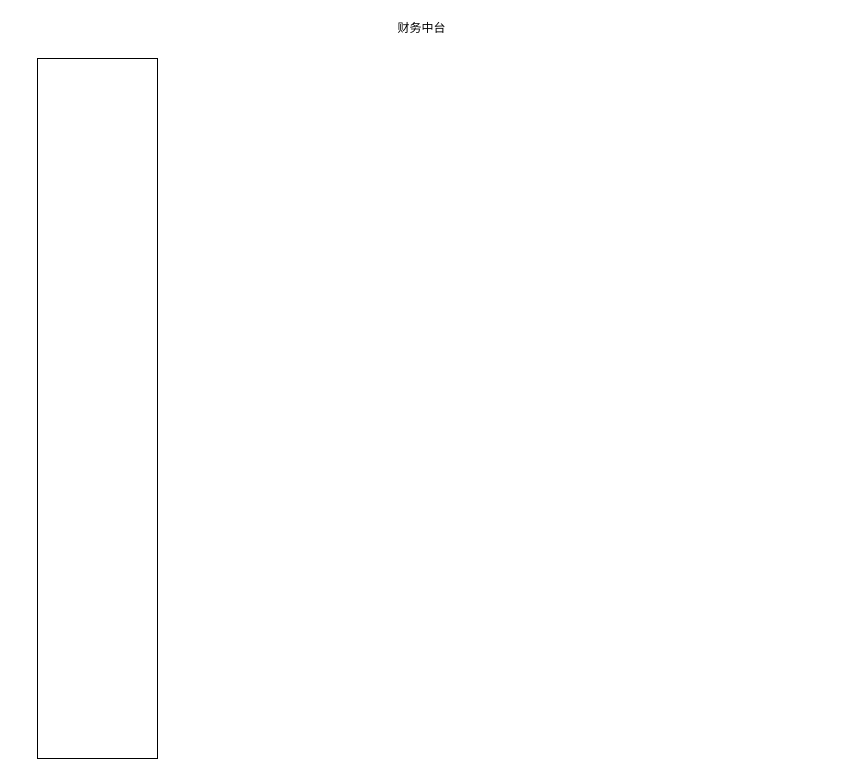
ythawed/diagrams keeps this draw.io diagram as 财务中台架构图.drawio. Above is the earlier version. Source tidied: cells renumbered, new cells numbered last; positions are measured from the earlier drawing's top-left corner, leaving out a move shared by most shapes. Both pictures are drawn from the tidied source at 100%, with x=0, y=0 at pixel (37, 18).
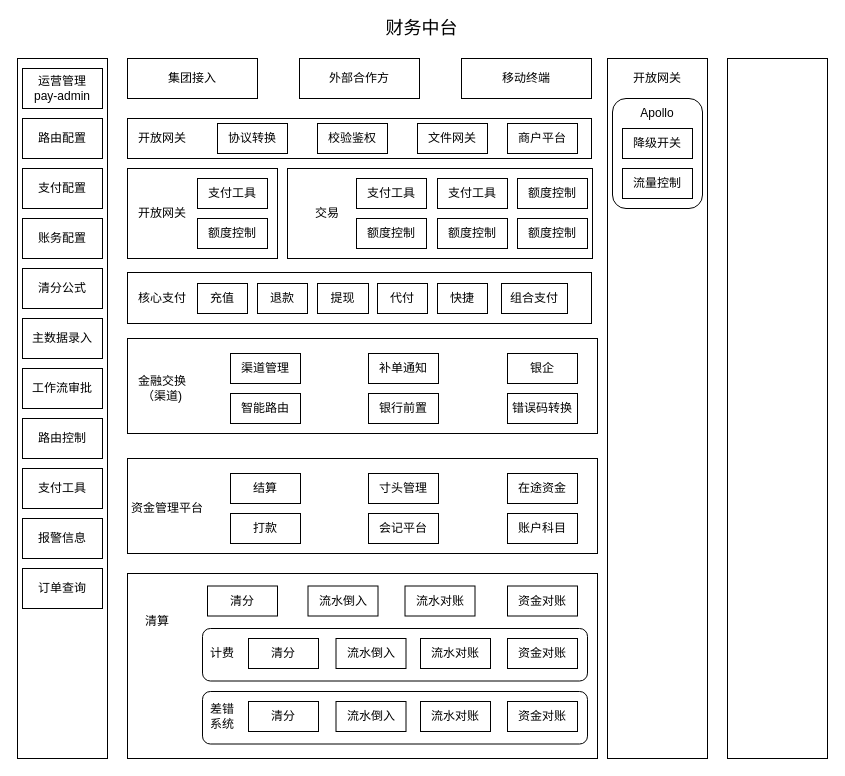
The same diagram, later.

Commit message:
Update 财务中台架构图.drawio

The edit, as a diff of the source:
```diff
@@
-    <mxCell id="2" value="&lt;font style=&quot;font-size: 12px&quot;&gt;财务中台&lt;/font&gt;" style="text;html=1;align=center;verticalAlign=middle;" parent="1" vertex="1">
-      <mxGeometry x="354" width="60" height="20" as="geometry" />
+    <mxCell id="2" value="&lt;font style=&quot;font-size: 18px&quot;&gt;财务中台&lt;/font&gt;" style="text;html=1;align=center;verticalAlign=middle;" parent="1" vertex="1">
+      <mxGeometry x="339" width="90" height="20" as="geometry" />
     </mxCell>
     <mxCell id="3" style="rounded=0;whiteSpace=wrap;html=1;" parent="1" vertex="1">
-      <mxGeometry y="40" width="120" height="700" as="geometry" />
+      <mxGeometry x="-20" y="40" width="90" height="700" as="geometry" />
     </mxCell>
+    <mxCell id="4" value="&lt;font style=&quot;font-size: 12px&quot;&gt;集团接入&lt;/font&gt;" style="rounded=0;whiteSpace=wrap;html=1;" parent="1" vertex="1">
+      <mxGeometry x="90" y="40" width="130" height="40" as="geometry" />
+    </mxCell>
+    <mxCell id="5" value="&lt;font style=&quot;font-size: 12px&quot;&gt;外部合作方&lt;/font&gt;" style="rounded=0;whiteSpace=wrap;html=1;" parent="1" vertex="1">
+      <mxGeometry x="262" y="40" width="120" height="40" as="geometry" />
+    </mxCell>
+    <mxCell id="6" value="&lt;font style=&quot;font-size: 12px&quot;&gt;移动终端&lt;/font&gt;" style="rounded=0;whiteSpace=wrap;html=1;" parent="1" vertex="1">
+      <mxGeometry x="424" y="40" width="130" height="40" as="geometry" />
+    </mxCell>
+    <mxCell id="7" value="&lt;font style=&quot;font-size: 12px&quot;&gt;运营管理&lt;br&gt;pay-admin&lt;br&gt;&lt;/font&gt;" style="rounded=0;whiteSpace=wrap;html=1;" parent="1" vertex="1">
+      <mxGeometry x="-15" y="50" width="80" height="40" as="geometry" />
+    </mxCell>
+    <mxCell id="8" value="路由配置" style="rounded=0;whiteSpace=wrap;html=1;" parent="1" vertex="1">
+      <mxGeometry x="-15" y="100" width="80" height="40" as="geometry" />
+    </mxCell>
+    <mxCell id="9" value="支付配置" style="rounded=0;whiteSpace=wrap;html=1;" parent="1" vertex="1">
+      <mxGeometry x="-15" y="150" width="80" height="40" as="geometry" />
+    </mxCell>
+    <mxCell id="10" value="账务配置" style="rounded=0;whiteSpace=wrap;html=1;" parent="1" vertex="1">
+      <mxGeometry x="-15" y="200" width="80" height="40" as="geometry" />
+    </mxCell>
+    <mxCell id="11" value="清分公式" style="rounded=0;whiteSpace=wrap;html=1;" parent="1" vertex="1">
+      <mxGeometry x="-15" y="250" width="80" height="40" as="geometry" />
+    </mxCell>
+    <mxCell id="12" value="主数据录入" style="rounded=0;whiteSpace=wrap;html=1;" parent="1" vertex="1">
+      <mxGeometry x="-15" y="300" width="80" height="40" as="geometry" />
+    </mxCell>
+    <mxCell id="13" value="工作流审批" style="rounded=0;whiteSpace=wrap;html=1;" parent="1" vertex="1">
+      <mxGeometry x="-15" y="350" width="80" height="40" as="geometry" />
+    </mxCell>
+    <mxCell id="14" value="路由控制" style="rounded=0;whiteSpace=wrap;html=1;" parent="1" vertex="1">
+      <mxGeometry x="-15" y="400" width="80" height="40" as="geometry" />
+    </mxCell>
+    <mxCell id="15" value="支付工具" style="rounded=0;whiteSpace=wrap;html=1;" parent="1" vertex="1">
+      <mxGeometry x="-15" y="450" width="80" height="40" as="geometry" />
+    </mxCell>
+    <mxCell id="16" value="报警信息" style="rounded=0;whiteSpace=wrap;html=1;" parent="1" vertex="1">
+      <mxGeometry x="-15" y="500" width="80" height="40" as="geometry" />
+    </mxCell>
+    <mxCell id="17" value="订单查询" style="rounded=0;whiteSpace=wrap;html=1;" parent="1" vertex="1">
+      <mxGeometry x="-15" y="550" width="80" height="40" as="geometry" />
+    </mxCell>
+    <mxCell id="18" style="rounded=0;whiteSpace=wrap;html=1;" parent="1" vertex="1">
+      <mxGeometry x="570" y="40" width="100" height="700" as="geometry" />
+    </mxCell>
+    <mxCell id="19" style="rounded=0;whiteSpace=wrap;html=1;" parent="1" vertex="1">
+      <mxGeometry x="690" y="40" width="100" height="700" as="geometry" />
+    </mxCell>
+    <mxCell id="20" style="rounded=0;whiteSpace=wrap;html=1;" parent="1" vertex="1">
+      <mxGeometry x="90" y="100" width="464" height="40" as="geometry" />
+    </mxCell>
+    <mxCell id="21" value="&lt;font style=&quot;font-size: 12px&quot;&gt;开放网关&lt;/font&gt;" style="rounded=0;whiteSpace=wrap;html=1;fillColor=none;strokeColor=none;" parent="1" vertex="1">
+      <mxGeometry x="90" y="100" width="70" height="40" as="geometry" />
+    </mxCell>
+    <mxCell id="22" value="&lt;font style=&quot;font-size: 12px&quot;&gt;协议转换&lt;/font&gt;" style="rounded=0;whiteSpace=wrap;html=1;" parent="1" vertex="1">
+      <mxGeometry x="180" y="105" width="70" height="30" as="geometry" />
+    </mxCell>
+    <mxCell id="23" value="&lt;font style=&quot;font-size: 12px&quot;&gt;校验鉴权&lt;/font&gt;" style="rounded=0;whiteSpace=wrap;html=1;" parent="1" vertex="1">
+      <mxGeometry x="280" y="105" width="70" height="30" as="geometry" />
+    </mxCell>
+    <mxCell id="24" value="&lt;font style=&quot;font-size: 12px&quot;&gt;文件网关&lt;/font&gt;" style="rounded=0;whiteSpace=wrap;html=1;" parent="1" vertex="1">
+      <mxGeometry x="380" y="105" width="70" height="30" as="geometry" />
+    </mxCell>
+    <mxCell id="25" value="商户平台" style="rounded=0;whiteSpace=wrap;html=1;" parent="1" vertex="1">
+      <mxGeometry x="470" y="105" width="70" height="30" as="geometry" />
+    </mxCell>
+    <mxCell id="26" style="rounded=0;whiteSpace=wrap;html=1;" parent="1" vertex="1">
+      <mxGeometry x="90" y="150" width="150" height="90" as="geometry" />
+    </mxCell>
+    <mxCell id="27" style="rounded=0;whiteSpace=wrap;html=1;" parent="1" vertex="1">
+      <mxGeometry x="250" y="150" width="305" height="90" as="geometry" />
+    </mxCell>
+    <mxCell id="28" value="&lt;font style=&quot;font-size: 12px&quot;&gt;开放网关&lt;/font&gt;" style="rounded=0;whiteSpace=wrap;html=1;fillColor=none;strokeColor=none;" parent="1" vertex="1">
+      <mxGeometry x="90" y="175" width="70" height="40" as="geometry" />
+    </mxCell>
+    <mxCell id="29" value="&lt;font style=&quot;font-size: 12px&quot;&gt;交易&lt;/font&gt;" style="rounded=0;whiteSpace=wrap;html=1;fillColor=none;strokeColor=none;" parent="1" vertex="1">
+      <mxGeometry x="255" y="175" width="70" height="40" as="geometry" />
+    </mxCell>
+    <mxCell id="30" value="&lt;font style=&quot;font-size: 12px&quot;&gt;支付工具&lt;/font&gt;" style="rounded=0;whiteSpace=wrap;html=1;" parent="1" vertex="1">
+      <mxGeometry x="160" y="160" width="70" height="30" as="geometry" />
+    </mxCell>
+    <mxCell id="31" value="&lt;font style=&quot;font-size: 12px&quot;&gt;额度控制&lt;/font&gt;" style="rounded=0;whiteSpace=wrap;html=1;" parent="1" vertex="1">
+      <mxGeometry x="160" y="200" width="70" height="30" as="geometry" />
+    </mxCell>
+    <mxCell id="32" value="&lt;font style=&quot;font-size: 12px&quot;&gt;支付工具&lt;/font&gt;" style="rounded=0;whiteSpace=wrap;html=1;" parent="1" vertex="1">
+      <mxGeometry x="319" y="160" width="70" height="30" as="geometry" />
+    </mxCell>
+    <mxCell id="33" value="&lt;font style=&quot;font-size: 12px&quot;&gt;额度控制&lt;/font&gt;" style="rounded=0;whiteSpace=wrap;html=1;" parent="1" vertex="1">
+      <mxGeometry x="319" y="200" width="70" height="30" as="geometry" />
+    </mxCell>
+    <mxCell id="34" value="&lt;font style=&quot;font-size: 12px&quot;&gt;支付工具&lt;/font&gt;" style="rounded=0;whiteSpace=wrap;html=1;" parent="1" vertex="1">
+      <mxGeometry x="400" y="160" width="70" height="30" as="geometry" />
+    </mxCell>
+    <mxCell id="35" value="&lt;font style=&quot;font-size: 12px&quot;&gt;额度控制&lt;/font&gt;" style="rounded=0;whiteSpace=wrap;html=1;" parent="1" vertex="1">
+      <mxGeometry x="400" y="200" width="70" height="30" as="geometry" />
+    </mxCell>
+    <mxCell id="36" value="&lt;font style=&quot;font-size: 12px&quot;&gt;额度控制&lt;/font&gt;" style="rounded=0;whiteSpace=wrap;html=1;" parent="1" vertex="1">
+      <mxGeometry x="480" y="160" width="70" height="30" as="geometry" />
+    </mxCell>
+    <mxCell id="37" value="&lt;font style=&quot;font-size: 12px&quot;&gt;额度控制&lt;/font&gt;" style="rounded=0;whiteSpace=wrap;html=1;" parent="1" vertex="1">
+      <mxGeometry x="480" y="200" width="70" height="30" as="geometry" />
+    </mxCell>
+    <mxCell id="38" style="rounded=0;whiteSpace=wrap;html=1;" parent="1" vertex="1">
+      <mxGeometry x="90" y="254" width="464" height="51" as="geometry" />
+    </mxCell>
+    <mxCell id="39" value="&lt;font style=&quot;font-size: 12px&quot;&gt;核心支付&lt;/font&gt;" style="rounded=0;whiteSpace=wrap;html=1;fillColor=none;strokeColor=none;" parent="1" vertex="1">
+      <mxGeometry x="90" y="260" width="70" height="40" as="geometry" />
+    </mxCell>
+    <mxCell id="40" value="&lt;font style=&quot;font-size: 12px&quot;&gt;充值&lt;/font&gt;" style="rounded=0;whiteSpace=wrap;html=1;" parent="1" vertex="1">
+      <mxGeometry x="160" y="265" width="50" height="30" as="geometry" />
+    </mxCell>
+    <mxCell id="41" value="&lt;font style=&quot;font-size: 12px&quot;&gt;退款&lt;/font&gt;" style="rounded=0;whiteSpace=wrap;html=1;" parent="1" vertex="1">
+      <mxGeometry x="220" y="265" width="50" height="30" as="geometry" />
+    </mxCell>
+    <mxCell id="42" value="&lt;font style=&quot;font-size: 12px&quot;&gt;提现&lt;/font&gt;" style="rounded=0;whiteSpace=wrap;html=1;" parent="1" vertex="1">
+      <mxGeometry x="280" y="265" width="51" height="30" as="geometry" />
+    </mxCell>
+    <mxCell id="43" value="代付" style="rounded=0;whiteSpace=wrap;html=1;" parent="1" vertex="1">
+      <mxGeometry x="340" y="265" width="50" height="30" as="geometry" />
+    </mxCell>
+    <mxCell id="44" value="&lt;font style=&quot;font-size: 12px&quot;&gt;快捷&lt;br&gt;&lt;/font&gt;" style="rounded=0;whiteSpace=wrap;html=1;" parent="1" vertex="1">
+      <mxGeometry x="400" y="265" width="50" height="30" as="geometry" />
+    </mxCell>
+    <mxCell id="45" value="组合支付" style="rounded=0;whiteSpace=wrap;html=1;" parent="1" vertex="1">
+      <mxGeometry x="464" y="265" width="66" height="30" as="geometry" />
+    </mxCell>
+    <mxCell id="46" value="&lt;font style=&quot;font-size: 12px&quot;&gt;开放网关&lt;/font&gt;" style="rounded=0;whiteSpace=wrap;html=1;fillColor=none;strokeColor=none;" parent="1" vertex="1">
+      <mxGeometry x="585" y="40" width="70" height="40" as="geometry" />
+    </mxCell>
+    <mxCell id="47" style="rounded=1;whiteSpace=wrap;html=1;fillColor=none;" parent="1" vertex="1">
+      <mxGeometry x="575" y="80" width="90" height="110" as="geometry" />
+    </mxCell>
+    <mxCell id="48" value="Apollo" style="text;html=1;strokeColor=none;fillColor=none;align=center;verticalAlign=middle;whiteSpace=wrap;rounded=0;" parent="1" vertex="1">
+      <mxGeometry x="600" y="85" width="40" height="20" as="geometry" />
+    </mxCell>
+    <mxCell id="49" value="降级开关" style="rounded=0;whiteSpace=wrap;html=1;" parent="1" vertex="1">
+      <mxGeometry x="585" y="110" width="70" height="30" as="geometry" />
+    </mxCell>
+    <mxCell id="50" value="流量控制" style="rounded=0;whiteSpace=wrap;html=1;" parent="1" vertex="1">
+      <mxGeometry x="585" y="150" width="70" height="30" as="geometry" />
+    </mxCell>
+    <mxCell id="51" style="rounded=0;whiteSpace=wrap;html=1;" parent="1" vertex="1">
+      <mxGeometry x="90" y="320" width="470" height="95" as="geometry" />
+    </mxCell>
+    <mxCell id="52" value="&lt;font style=&quot;font-size: 12px&quot;&gt;金融交换&lt;br&gt;（渠道)&lt;br&gt;&lt;/font&gt;" style="rounded=0;whiteSpace=wrap;html=1;fillColor=none;strokeColor=none;" parent="1" vertex="1">
+      <mxGeometry x="90" y="350" width="70" height="40" as="geometry" />
+    </mxCell>
+    <mxCell id="53" value="&lt;font style=&quot;font-size: 12px&quot;&gt;渠道管理&lt;/font&gt;" style="rounded=0;whiteSpace=wrap;html=1;" parent="1" vertex="1">
+      <mxGeometry x="193" y="335" width="70" height="30" as="geometry" />
+    </mxCell>
+    <mxCell id="54" value="&lt;font style=&quot;font-size: 12px&quot;&gt;智能路由&lt;/font&gt;" style="rounded=0;whiteSpace=wrap;html=1;" parent="1" vertex="1">
+      <mxGeometry x="193" y="375" width="70" height="30" as="geometry" />
+    </mxCell>
+    <mxCell id="55" value="补单通知" style="rounded=0;whiteSpace=wrap;html=1;" parent="1" vertex="1">
+      <mxGeometry x="331" y="335" width="70" height="30" as="geometry" />
+    </mxCell>
+    <mxCell id="56" value="&lt;font style=&quot;font-size: 12px&quot;&gt;银行前置&lt;/font&gt;" style="rounded=0;whiteSpace=wrap;html=1;" parent="1" vertex="1">
+      <mxGeometry x="331" y="375" width="70" height="30" as="geometry" />
+    </mxCell>
+    <mxCell id="57" value="&lt;font style=&quot;font-size: 12px&quot;&gt;银企&lt;/font&gt;" style="rounded=0;whiteSpace=wrap;html=1;" parent="1" vertex="1">
+      <mxGeometry x="470" y="335" width="70" height="30" as="geometry" />
+    </mxCell>
+    <mxCell id="58" value="&lt;font style=&quot;font-size: 12px&quot;&gt;错误码转换&lt;/font&gt;" style="rounded=0;whiteSpace=wrap;html=1;" parent="1" vertex="1">
+      <mxGeometry x="470" y="375" width="70" height="30" as="geometry" />
+    </mxCell>
+    <mxCell id="59" style="rounded=0;whiteSpace=wrap;html=1;" parent="1" vertex="1">
+      <mxGeometry x="90" y="440" width="470" height="95" as="geometry" />
+    </mxCell>
+    <mxCell id="60" value="&lt;font style=&quot;font-size: 12px&quot;&gt;资金管理平台&lt;br&gt;&lt;/font&gt;" style="rounded=0;whiteSpace=wrap;html=1;fillColor=none;strokeColor=none;" parent="1" vertex="1">
+      <mxGeometry x="90" y="470" width="80" height="40" as="geometry" />
+    </mxCell>
+    <mxCell id="61" value="&lt;font style=&quot;font-size: 12px&quot;&gt;结算&lt;/font&gt;" style="rounded=0;whiteSpace=wrap;html=1;" parent="1" vertex="1">
+      <mxGeometry x="193" y="455" width="70" height="30" as="geometry" />
+    </mxCell>
+    <mxCell id="62" value="&lt;font style=&quot;font-size: 12px&quot;&gt;打款&lt;/font&gt;" style="rounded=0;whiteSpace=wrap;html=1;" parent="1" vertex="1">
+      <mxGeometry x="193" y="495" width="70" height="30" as="geometry" />
+    </mxCell>
+    <mxCell id="63" value="寸头管理" style="rounded=0;whiteSpace=wrap;html=1;" parent="1" vertex="1">
+      <mxGeometry x="331" y="455" width="70" height="30" as="geometry" />
+    </mxCell>
+    <mxCell id="64" value="会记平台" style="rounded=0;whiteSpace=wrap;html=1;" parent="1" vertex="1">
+      <mxGeometry x="331" y="495" width="70" height="30" as="geometry" />
+    </mxCell>
+    <mxCell id="65" value="&lt;font style=&quot;font-size: 12px&quot;&gt;在途资金&lt;/font&gt;" style="rounded=0;whiteSpace=wrap;html=1;" parent="1" vertex="1">
+      <mxGeometry x="470" y="455" width="70" height="30" as="geometry" />
+    </mxCell>
+    <mxCell id="66" value="&lt;font style=&quot;font-size: 12px&quot;&gt;账户科目&lt;/font&gt;" style="rounded=0;whiteSpace=wrap;html=1;" parent="1" vertex="1">
+      <mxGeometry x="470" y="495" width="70" height="30" as="geometry" />
+    </mxCell>
+    <mxCell id="67" style="rounded=0;whiteSpace=wrap;html=1;" parent="1" vertex="1">
+      <mxGeometry x="90" y="555" width="470" height="185" as="geometry" />
+    </mxCell>
+    <mxCell id="68" value="&lt;font style=&quot;font-size: 12px&quot;&gt;清算&lt;br&gt;&lt;/font&gt;" style="rounded=0;whiteSpace=wrap;html=1;fillColor=none;strokeColor=none;" parent="1" vertex="1">
+      <mxGeometry x="80" y="582.5" width="80" height="40" as="geometry" />
+    </mxCell>
+    <mxCell id="69" value="&lt;font style=&quot;font-size: 12px&quot;&gt;流水倒入&lt;/font&gt;" style="rounded=0;whiteSpace=wrap;html=1;" parent="1" vertex="1">
+      <mxGeometry x="270.5" y="567.5" width="70" height="30" as="geometry" />
+    </mxCell>
+    <mxCell id="70" value="流水对账" style="rounded=0;whiteSpace=wrap;html=1;" parent="1" vertex="1">
+      <mxGeometry x="367.5" y="567.5" width="70" height="30" as="geometry" />
+    </mxCell>
+    <mxCell id="71" value="&lt;font style=&quot;font-size: 12px&quot;&gt;资金对账&lt;/font&gt;" style="rounded=0;whiteSpace=wrap;html=1;" parent="1" vertex="1">
+      <mxGeometry x="470" y="567.5" width="70" height="30" as="geometry" />
+    </mxCell>
+    <mxCell id="72" value="清分" style="rounded=0;whiteSpace=wrap;html=1;" parent="1" vertex="1">
+      <mxGeometry x="170" y="567.5" width="70" height="30" as="geometry" />
+    </mxCell>
+    <mxCell id="73" value="&lt;font style=&quot;font-size: 12px&quot;&gt;流水倒入&lt;/font&gt;" style="rounded=0;whiteSpace=wrap;html=1;" parent="1" vertex="1">
+      <mxGeometry x="298.5" y="620" width="70" height="30" as="geometry" />
+    </mxCell>
+    <mxCell id="74" value="流水对账" style="rounded=0;whiteSpace=wrap;html=1;" parent="1" vertex="1">
+      <mxGeometry x="383" y="620" width="70" height="30" as="geometry" />
+    </mxCell>
+    <mxCell id="75" value="&lt;font style=&quot;font-size: 12px&quot;&gt;资金对账&lt;/font&gt;" style="rounded=0;whiteSpace=wrap;html=1;" parent="1" vertex="1">
+      <mxGeometry x="470" y="620" width="70" height="30" as="geometry" />
+    </mxCell>
+    <mxCell id="76" value="清分" style="rounded=0;whiteSpace=wrap;html=1;" parent="1" vertex="1">
+      <mxGeometry x="211" y="620" width="70" height="30" as="geometry" />
+    </mxCell>
+    <mxCell id="77" style="rounded=1;whiteSpace=wrap;html=1;fillColor=none;" parent="1" vertex="1">
+      <mxGeometry x="165" y="610" width="385" height="52.5" as="geometry" />
+    </mxCell>
+    <mxCell id="78" value="&lt;font style=&quot;font-size: 12px&quot;&gt;计费&lt;br&gt;&lt;/font&gt;" style="rounded=0;whiteSpace=wrap;html=1;fillColor=none;strokeColor=none;" parent="1" vertex="1">
+      <mxGeometry x="145" y="615" width="80" height="40" as="geometry" />
+    </mxCell>
+    <mxCell id="79" value="&lt;font style=&quot;font-size: 12px&quot;&gt;流水倒入&lt;/font&gt;" style="rounded=0;whiteSpace=wrap;html=1;" parent="1" vertex="1">
+      <mxGeometry x="298.5" y="683" width="70" height="30" as="geometry" />
+    </mxCell>
+    <mxCell id="80" value="流水对账" style="rounded=0;whiteSpace=wrap;html=1;" parent="1" vertex="1">
+      <mxGeometry x="383" y="683" width="70" height="30" as="geometry" />
+    </mxCell>
+    <mxCell id="81" value="&lt;font style=&quot;font-size: 12px&quot;&gt;资金对账&lt;/font&gt;" style="rounded=0;whiteSpace=wrap;html=1;" parent="1" vertex="1">
+      <mxGeometry x="470" y="683" width="70" height="30" as="geometry" />
+    </mxCell>
+    <mxCell id="82" value="清分" style="rounded=0;whiteSpace=wrap;html=1;" parent="1" vertex="1">
+      <mxGeometry x="211" y="683" width="70" height="30" as="geometry" />
+    </mxCell>
+    <mxCell id="83" style="rounded=1;whiteSpace=wrap;html=1;fillColor=none;" parent="1" vertex="1">
+      <mxGeometry x="165" y="673" width="385" height="52.5" as="geometry" />
+    </mxCell>
+    <mxCell id="84" value="&lt;font style=&quot;font-size: 12px&quot;&gt;差错&lt;br&gt;系统&lt;br&gt;&lt;/font&gt;" style="rounded=0;whiteSpace=wrap;html=1;fillColor=none;strokeColor=none;" parent="1" vertex="1">
+      <mxGeometry x="145" y="678" width="80" height="40" as="geometry" />
+    </mxCell>
```
